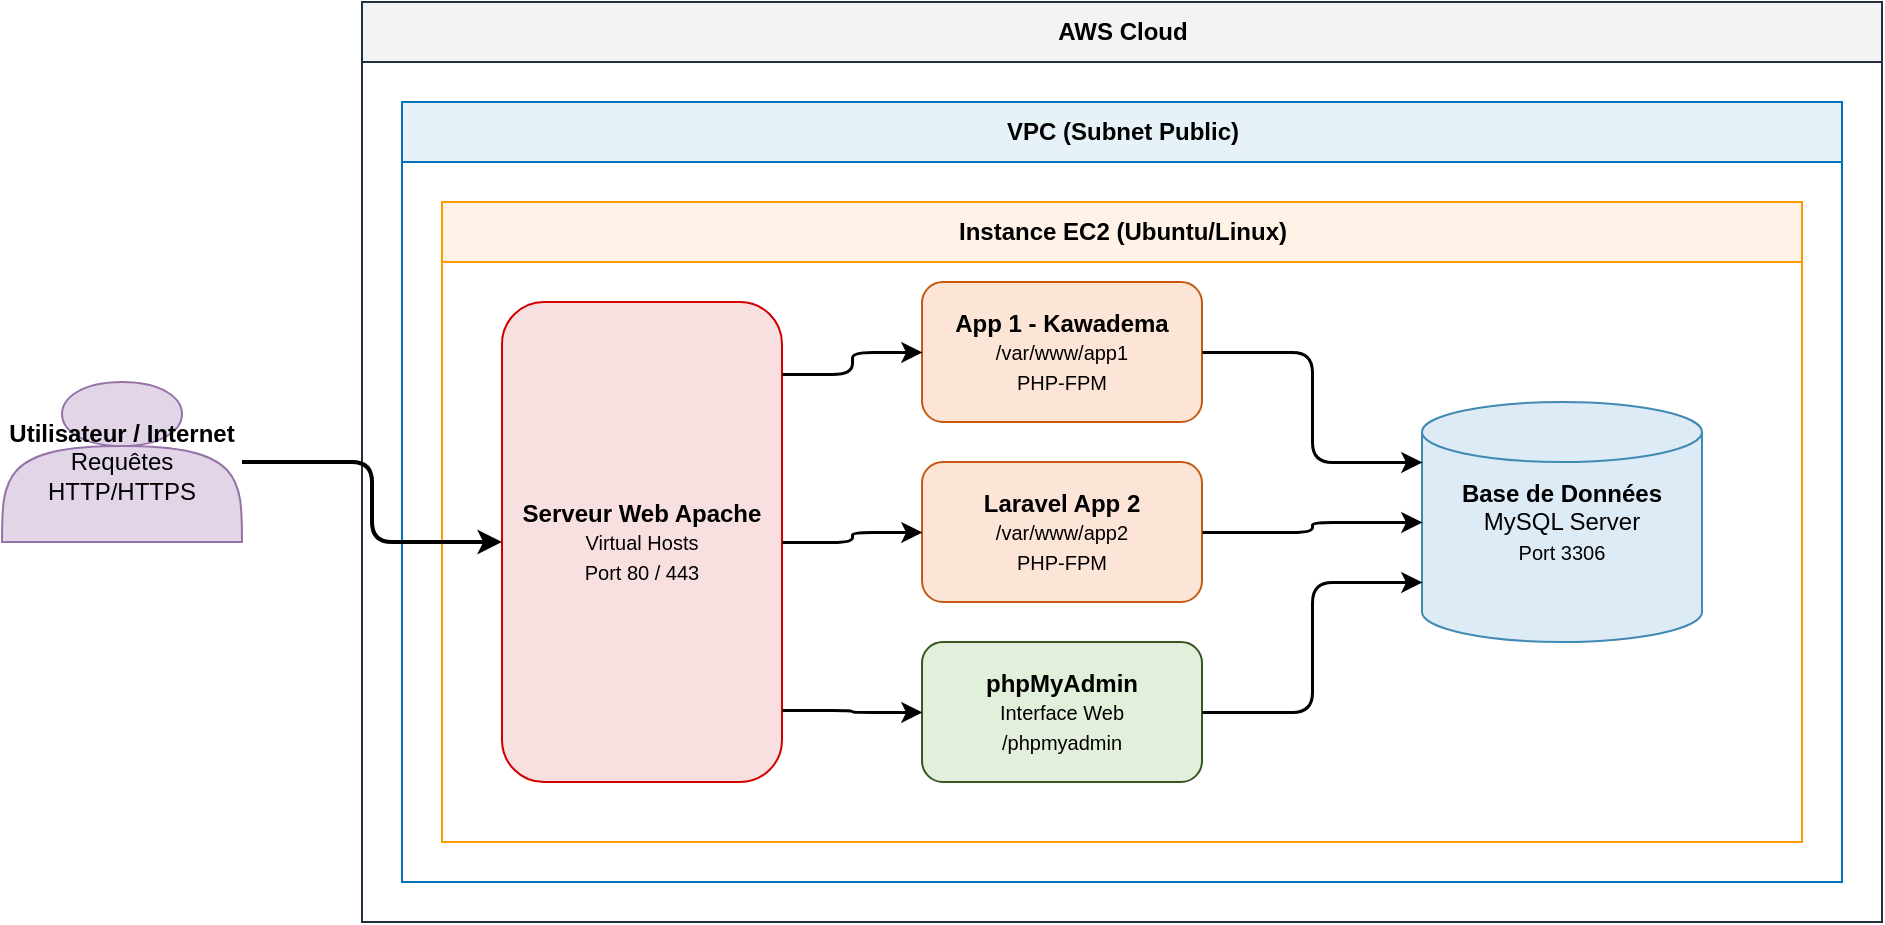
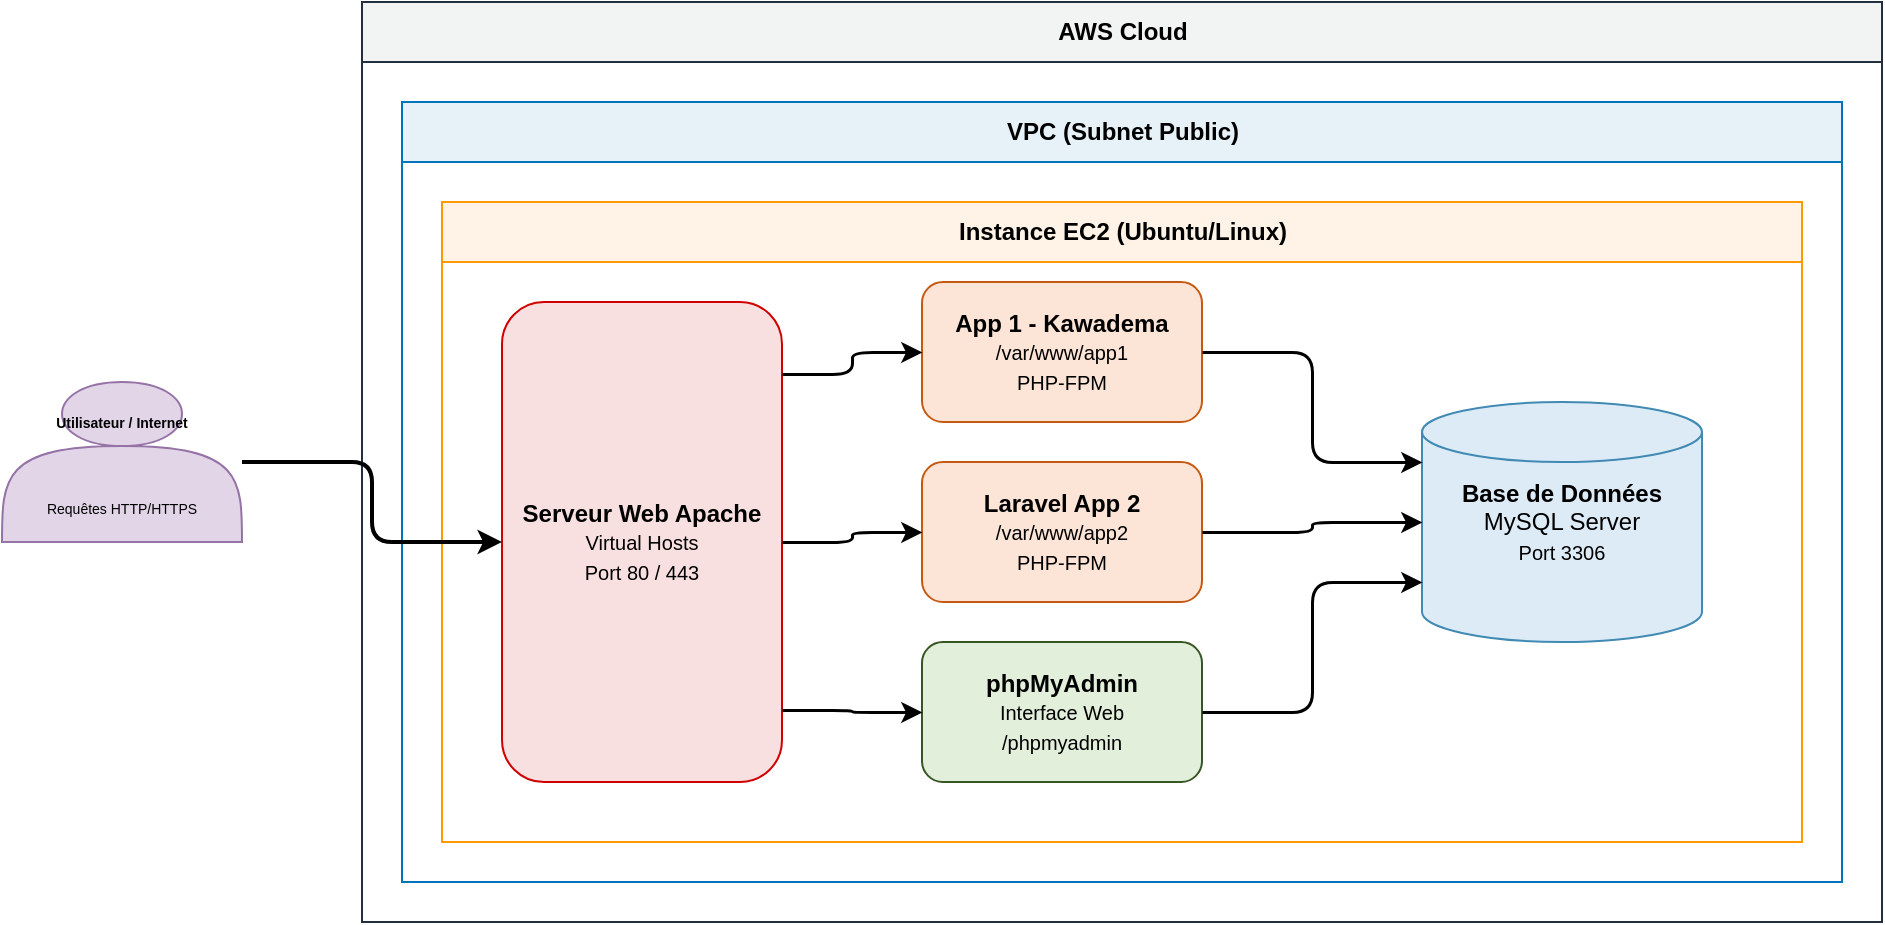
<mxfile host="app.diagrams.net">
  <diagram id="hzJezzWDKvpXfmylw4o2" name="Actuel">
-     <mxGraphModel dx="1784" dy="1083" grid="1" gridSize="10" guides="1" tooltips="1" connect="1" arrows="1" fold="1" page="1" pageScale="1" pageWidth="1100" pageHeight="850" math="0" shadow="0" adaptiveColors="auto">
+     <mxGraphModel dx="1768" dy="1083" grid="1" gridSize="10" guides="1" tooltips="1" connect="1" arrows="1" fold="1" page="1" pageScale="1" pageWidth="1100" pageHeight="850" math="0" shadow="0" adaptiveColors="auto">
      <root>
        <mxCell id="0" />
        <mxCell id="1" parent="0" />
-         <mxCell id="user" parent="1" style="shape=actor;whiteSpace=wrap;html=1;fillColor=#e1d5e7;strokeColor=#9673a6;html=1;" value="&lt;b&gt;Utilisateur / Internet&lt;/b&gt;&lt;br&gt;Requêtes HTTP/HTTPS" vertex="1">
+         <mxCell id="user" parent="1" style="shape=actor;whiteSpace=wrap;html=1;fillColor=#e1d5e7;strokeColor=#9673a6;html=1;" value="&lt;font style=&quot;font-size: 7px;&quot;&gt;&lt;b style=&quot;&quot;&gt;Utilisateur / Internet&lt;/b&gt;&lt;br&gt;&lt;br&gt;&lt;/font&gt;&lt;div&gt;&lt;font style=&quot;font-size: 7px;&quot;&gt;&lt;br&gt;&lt;/font&gt;&lt;/div&gt;&lt;div&gt;&lt;font style=&quot;font-size: 7px;&quot;&gt;Requêtes HTTP/HTTPS&lt;/font&gt;&lt;/div&gt;" vertex="1">
          <mxGeometry height="80" width="120" x="20" y="210" as="geometry" />
        </mxCell>
        <mxCell id="aws" parent="1" style="swimlane;startSize=30;fillColor=#F2F3F3;strokeColor=#232F3E;html=1;" value="&lt;b&gt;AWS Cloud&lt;/b&gt;" vertex="1">
          <mxGeometry height="460" width="760" x="200" y="20" as="geometry" />
        </mxCell>
        <mxCell id="vpc" parent="aws" style="swimlane;startSize=30;fillColor=#E6F2F8;strokeColor=#0073BB;html=1;" value="&lt;b&gt;VPC (Subnet Public)&lt;/b&gt;" vertex="1">
          <mxGeometry height="390" width="720" x="20" y="50" as="geometry" />
        </mxCell>
        <mxCell id="ec2" parent="vpc" style="swimlane;startSize=30;fillColor=#FFF2E6;strokeColor=#FF9900;html=1;" value="&lt;b&gt;Instance EC2 (Ubuntu/Linux)&lt;/b&gt;" vertex="1">
          <mxGeometry height="320" width="680" x="20" y="50" as="geometry" />
        </mxCell>
        <mxCell id="apache" parent="ec2" style="rounded=1;whiteSpace=wrap;html=1;fillColor=#F8E0E0;strokeColor=#D00000;" value="&lt;b&gt;Serveur Web Apache&lt;/b&gt;&lt;br&gt;&lt;font size=&quot;1&quot;&gt;Virtual Hosts&lt;br&gt;Port 80 / 443&lt;/font&gt;" vertex="1">
          <mxGeometry height="240" width="140" x="30" y="50" as="geometry" />
        </mxCell>
        <mxCell id="laravel1" parent="ec2" style="rounded=1;whiteSpace=wrap;html=1;fillColor=#FCE4D6;strokeColor=#C65911;" value="&lt;b&gt;App 1 - Kawadema&lt;/b&gt;&lt;br&gt;&lt;font size=&quot;1&quot;&gt;/var/www/app1&lt;br&gt;PHP-FPM&lt;/font&gt;" vertex="1">
          <mxGeometry height="70" width="140" x="240" y="40" as="geometry" />
        </mxCell>
        <mxCell id="laravel2" parent="ec2" style="rounded=1;whiteSpace=wrap;html=1;fillColor=#FCE4D6;strokeColor=#C65911;" value="&lt;b&gt;Laravel App 2&lt;/b&gt;&lt;br&gt;&lt;font size=&quot;1&quot;&gt;/var/www/app2&lt;br&gt;PHP-FPM&lt;/font&gt;" vertex="1">
          <mxGeometry height="70" width="140" x="240" y="130" as="geometry" />
        </mxCell>
        <mxCell id="phpmyadmin" parent="ec2" style="rounded=1;whiteSpace=wrap;html=1;fillColor=#E2EFDA;strokeColor=#375623;" value="&lt;b&gt;phpMyAdmin&lt;/b&gt;&lt;br&gt;&lt;font size=&quot;1&quot;&gt;Interface Web&lt;br&gt;/phpmyadmin&lt;/font&gt;" vertex="1">
          <mxGeometry height="70" width="140" x="240" y="220" as="geometry" />
        </mxCell>
        <mxCell id="mysql" parent="ec2" style="shape=cylinder3;whiteSpace=wrap;html=1;fillColor=#DDEBF7;strokeColor=#418AB3;" value="&lt;b&gt;Base de Données&lt;/b&gt;&lt;br&gt;MySQL Server&lt;br&gt;&lt;font size=&quot;1&quot;&gt;Port 3306&lt;/font&gt;" vertex="1">
          <mxGeometry height="120" width="140" x="490" y="100" as="geometry" />
        </mxCell>
        <mxCell id="edge1" edge="1" parent="1" source="user" style="edgeStyle=orthogonalEdgeStyle;rounded=1;html=1;strokeWidth=2;entryX=0;entryY=0.5;entryDx=0;entryDy=0;" target="apache">
          <mxGeometry relative="1" as="geometry" />
        </mxCell>
        <mxCell id="edge2" edge="1" parent="1" source="apache" style="edgeStyle=orthogonalEdgeStyle;rounded=1;html=1;strokeWidth=1.5;exitX=1;exitY=0.15;exitDx=0;exitDy=0;entryX=0;entryY=0.5;entryDx=0;entryDy=0;" target="laravel1">
          <mxGeometry relative="1" as="geometry" />
        </mxCell>
        <mxCell id="edge3" edge="1" parent="1" source="apache" style="edgeStyle=orthogonalEdgeStyle;rounded=1;html=1;strokeWidth=1.5;exitX=1;exitY=0.5;exitDx=0;exitDy=0;entryX=0;entryY=0.5;entryDx=0;entryDy=0;" target="laravel2">
          <mxGeometry relative="1" as="geometry" />
        </mxCell>
        <mxCell id="edge4" edge="1" parent="1" source="apache" style="edgeStyle=orthogonalEdgeStyle;rounded=1;html=1;strokeWidth=1.5;exitX=1;exitY=0.85;exitDx=0;exitDy=0;entryX=0;entryY=0.5;entryDx=0;entryDy=0;" target="phpmyadmin">
          <mxGeometry relative="1" as="geometry" />
        </mxCell>
        <mxCell id="edge5" edge="1" parent="1" source="laravel1" style="edgeStyle=orthogonalEdgeStyle;rounded=1;html=1;strokeWidth=1.5;exitX=1;exitY=0.5;exitDx=0;exitDy=0;entryX=0;entryY=0.25;entryDx=0;entryDy=0;entryPerimeter=0;" target="mysql">
          <mxGeometry relative="1" as="geometry" />
        </mxCell>
        <mxCell id="edge6" edge="1" parent="1" source="laravel2" style="edgeStyle=orthogonalEdgeStyle;rounded=1;html=1;strokeWidth=1.5;exitX=1;exitY=0.5;exitDx=0;exitDy=0;entryX=0;entryY=0.5;entryDx=0;entryDy=0;entryPerimeter=0;" target="mysql">
          <mxGeometry relative="1" as="geometry" />
        </mxCell>
        <mxCell id="edge7" edge="1" parent="1" source="phpmyadmin" style="edgeStyle=orthogonalEdgeStyle;rounded=1;html=1;strokeWidth=1.5;exitX=1;exitY=0.5;exitDx=0;exitDy=0;entryX=0;entryY=0.75;entryDx=0;entryDy=0;entryPerimeter=0;" target="mysql">
          <mxGeometry relative="1" as="geometry" />
        </mxCell>
      </root>
    </mxGraphModel>
  </diagram>
</mxfile>
